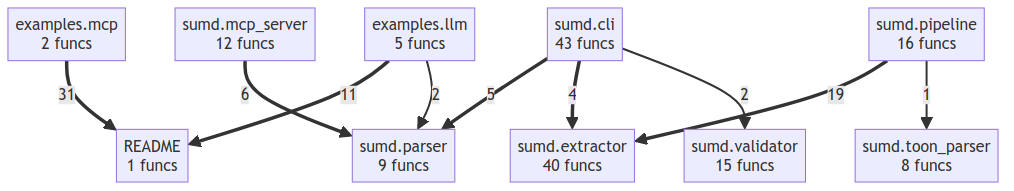
The Mermaid diagram project/compact_flow.png in oqlos/statement, before a commit. Its source is kept beside it as project/compact_flow.mmd.
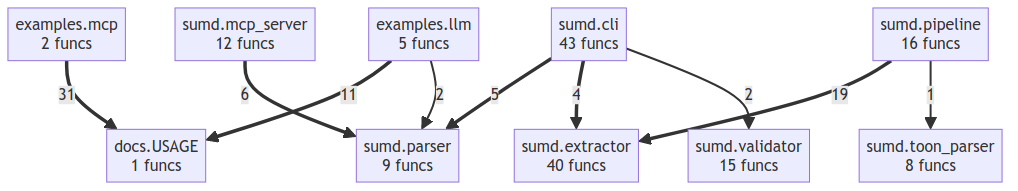
The same file after the commit.

Diff of the diagram source:
```diff
@@ -1,5 +1,5 @@
 flowchart TD
-    README["README<br/>1 funcs"]
+    docs__USAGE["docs.USAGE<br/>1 funcs"]
     examples__llm["examples.llm<br/>5 funcs"]
     examples__mcp["examples.mcp<br/>2 funcs"]
     sumd__cli["sumd.cli<br/>43 funcs"]
@@ -9,9 +9,9 @@
     sumd__pipeline["sumd.pipeline<br/>16 funcs"]
     sumd__toon_parser["sumd.toon_parser<br/>8 funcs"]
     sumd__validator["sumd.validator<br/>15 funcs"]
-    examples__mcp ==>|31| README
+    examples__mcp ==>|31| docs__USAGE
     sumd__pipeline ==>|19| sumd__extractor
-    examples__llm ==>|11| README
+    examples__llm ==>|11| docs__USAGE
     sumd__mcp_server ==>|6| sumd__parser
     sumd__cli ==>|5| sumd__parser
     sumd__cli ==>|4| sumd__extractor
```
